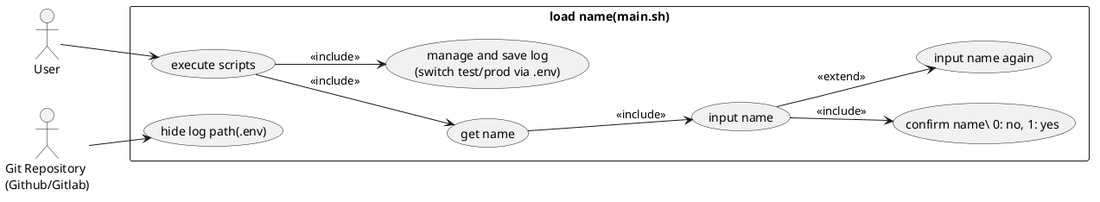
Jumacde/shellscript_loadname keeps this PlantUML diagram as docs/load-name_usecase.png. Above is the earlier version. Its diagram source:
```plantuml
@startuml

skinparam packageStyle rectangle
left to right direction

actor "User" as user
actor "Git Repository\n(Github/Gitlab)" as git

rectangle "load name(main.sh)" {
	usecase "execute scripts" as main
	usecase "input name" as input
	usecase "confirm name\ 0: no, 1: yes " as conf
	usecase "input name again" as re_input
	usecase "get name" as get
	usecase "manage and save log\n(switch test/prod via .env)" as log
	usecase "hide log path(.env)" as git_hide
}

user --> main
main --> get: << include >>
get --> input: << include >>
input --> conf: << include >>
input --> re_input: << extend >>
main --> log: << include >>


git --> git_hide



@enduml
```
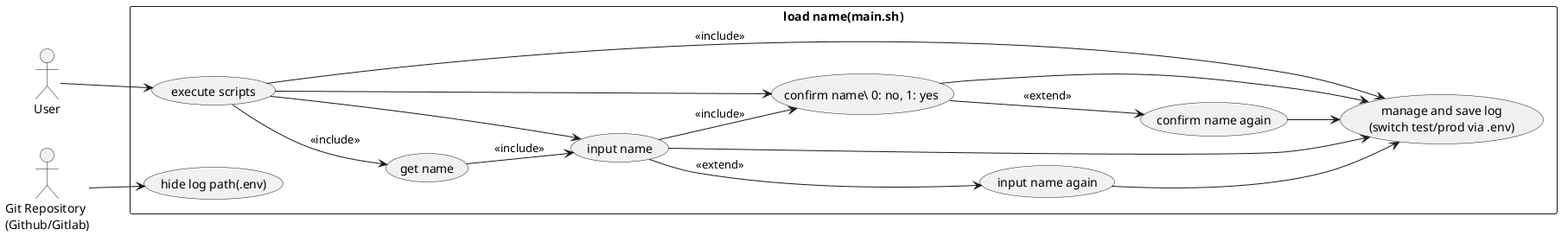
The same diagram one commit later.

What changed in the source:
```diff
@@ -11,6 +11,7 @@
 	usecase "input name" as input
 	usecase "confirm name\ 0: no, 1: yes " as conf
 	usecase "input name again" as re_input
+	usecase "confirm name again" as re_conf
 	usecase "get name" as get
 	usecase "manage and save log\n(switch test/prod via .env)" as log
 	usecase "hide log path(.env)" as git_hide
@@ -20,9 +21,15 @@
 main --> get: << include >>
 get --> input: << include >>
 input --> conf: << include >>
+conf --> re_conf: << extend >>
 input --> re_input: << extend >>
 main --> log: << include >>
-
+main --> input << include >>
+main --> conf << include >>
+conf --> log << include >>
+input --> log << include >>
+re_conf --> log << include >>
+re_input --> log << include >>
 
 git --> git_hide
 
```
